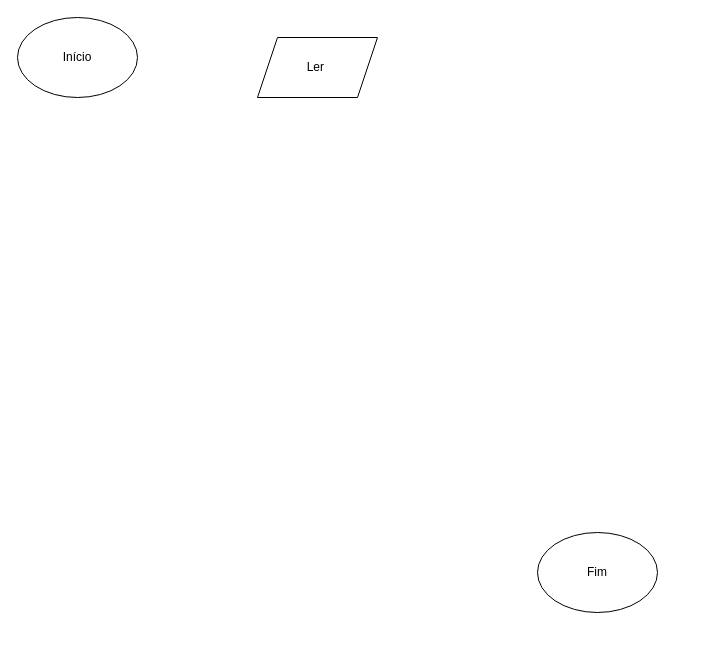
Above: Fluxo 13.drawio in Rato0101/Fluxogramas (draw.io), before the change. Source tidied: cells renumbered, new cells numbered last; positions are measured from the earlier drawing's top-left corner, leaving out a move shared by most shapes. Both pictures are drawn from the tidied source at 100%, with x=0, y=0 at pixel (17, 17).
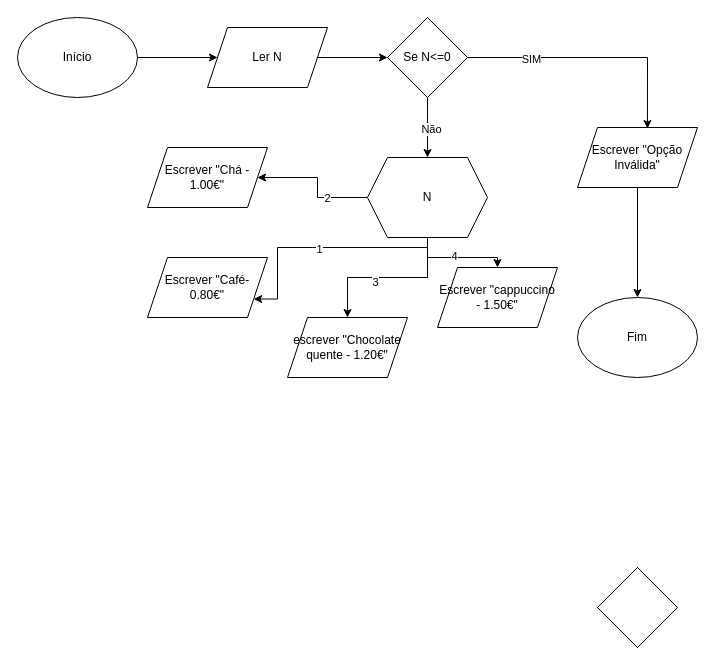
The same diagram, later.

The change refers to these unchanged cells:
```xml
<mxCell id="3" value="Início" style="ellipse;whiteSpace=wrap;html=1;shapeInside=1;" parent="1" vertex="1">
  <mxGeometry width="120" height="80" as="geometry" />
</mxCell>
```

Change to the diagram source:
```diff
@@
     <mxCell id="2" value="Fim" style="ellipse;whiteSpace=wrap;html=1;shapeInside=1;" parent="1" vertex="1">
-      <mxGeometry x="520" y="515" width="120" height="80" as="geometry" />
+      <mxGeometry x="560" y="280" width="120" height="80" as="geometry" />
     </mxCell>
+    <mxCell id="5" style="edgeStyle=orthogonalEdgeStyle;rounded=0;jettySize=auto;html=1;" parent="1" edge="1" source="3" target="4">
+      <mxGeometry relative="1" as="geometry" />
+    </mxCell>
@@
+    <mxCell id="6" style="edgeStyle=orthogonalEdgeStyle;rounded=0;jettySize=auto;html=1;" parent="1" edge="1" source="4" target="19">
+      <mxGeometry relative="1" as="geometry" />
+    </mxCell>
-    <mxCell id="4" value="Ler&amp;nbsp;" style="shape=parallelogram;perimeter=parallelogramPerimeter;whiteSpace=wrap;html=1;shapeInside=1;fixedSize=1;" parent="1" vertex="1">
-      <mxGeometry x="240" y="20" width="120" height="60" as="geometry" />
+    <mxCell id="4" value="Ler N" style="shape=parallelogram;perimeter=parallelogramPerimeter;whiteSpace=wrap;html=1;shapeInside=1;fixedSize=1;" parent="1" vertex="1">
+      <mxGeometry x="190" y="10" width="120" height="60" as="geometry" />
     </mxCell>
+    <mxCell id="7" value="Escrever &quot;cappuccino - 1.50€&quot;" style="shape=parallelogram;perimeter=parallelogramPerimeter;whiteSpace=wrap;html=1;shapeInside=1;fixedSize=1;" parent="1" vertex="1">
+      <mxGeometry x="420" y="250" width="120" height="60" as="geometry" />
+    </mxCell>
+    <mxCell id="8" value="escrever &quot;Chocolate quente - 1.20€&quot;" style="shape=parallelogram;perimeter=parallelogramPerimeter;whiteSpace=wrap;html=1;shapeInside=1;fixedSize=1;" parent="1" vertex="1">
+      <mxGeometry x="270" y="300" width="120" height="60" as="geometry" />
+    </mxCell>
+    <mxCell id="9" value="Escrever &quot;Chá - 1.00€&quot;" style="shape=parallelogram;perimeter=parallelogramPerimeter;whiteSpace=wrap;html=1;shapeInside=1;fixedSize=1;" parent="1" vertex="1">
+      <mxGeometry x="130" y="130" width="120" height="60" as="geometry" />
+    </mxCell>
+    <mxCell id="10" value="Escrever &quot;Café- 0.80€&quot;" style="shape=parallelogram;perimeter=parallelogramPerimeter;whiteSpace=wrap;html=1;shapeInside=1;fixedSize=1;" parent="1" vertex="1">
+      <mxGeometry x="130" y="240" width="120" height="60" as="geometry" />
+    </mxCell>
+    <mxCell id="11" style="edgeStyle=orthogonalEdgeStyle;rounded=0;orthogonalLoop=1;jettySize=auto;html=1;innerLoopWaypoints=1;exitX=0.5;exitY=1;exitDx=0;exitDy=0;" parent="1" edge="1" source="10" target="10">
+      <mxGeometry relative="1" as="geometry" />
+    </mxCell>
+    <mxCell id="12" style="rhombus;whiteSpace=wrap;html=1;shapeInside=1;" parent="1" vertex="1">
+      <mxGeometry x="580" y="550" width="80" height="80" as="geometry" />
+    </mxCell>
+    <mxCell id="13" style="rhombus;whiteSpace=wrap;html=1;shapeInside=1;" parent="1" vertex="1">
+      <mxGeometry x="580" y="550" width="80" height="80" as="geometry" />
+    </mxCell>
+    <mxCell id="14" style="rhombus;whiteSpace=wrap;html=1;shapeInside=1;" parent="1" vertex="1">
+      <mxGeometry x="580" y="550" width="80" height="80" as="geometry" />
+    </mxCell>
+    <mxCell id="15" style="edgeStyle=orthogonalEdgeStyle;rounded=0;jettySize=auto;html=1;entryX=0.583;entryY=0.017;entryDx=0;entryDy=0;entryPerimeter=0;" parent="1" edge="1" source="19" target="30">
+      <mxGeometry relative="1" as="geometry" />
+    </mxCell>
+    <mxCell id="16" value="SIM" style="edgeLabel;html=1;align=center;verticalAlign=middle;" parent="15" vertex="1">
+      <mxGeometry x="-0.5" y="-1" relative="1" as="geometry" />
+    </mxCell>
+    <mxCell id="17" style="edgeStyle=orthogonalEdgeStyle;rounded=0;jettySize=auto;html=1;" parent="1" edge="1" source="19" target="28">
+      <mxGeometry relative="1" as="geometry" />
+    </mxCell>
+    <mxCell id="18" value="Não" style="edgeLabel;html=1;align=center;verticalAlign=middle;" parent="17" vertex="1">
+      <mxGeometry x="0.03" y="3" relative="1" as="geometry" />
+    </mxCell>
+    <mxCell id="19" value="Se N&amp;lt;=0" style="rhombus;whiteSpace=wrap;html=1;shapeInside=1;" parent="1" vertex="1">
+      <mxGeometry x="370" width="80" height="80" as="geometry" />
+    </mxCell>
+    <mxCell id="20" style="edgeStyle=orthogonalEdgeStyle;rounded=0;jettySize=auto;html=1;entryX=0.5;entryY=0;entryDx=0;entryDy=0;" parent="1" edge="1" source="28" target="7">
+      <mxGeometry relative="1" as="geometry" />
+    </mxCell>
+    <mxCell id="21" value="4" style="edgeLabel;html=1;align=center;verticalAlign=middle;" parent="20" vertex="1">
+      <mxGeometry x="-0.08" y="2" relative="1" as="geometry" />
+    </mxCell>
+    <mxCell id="22" style="edgeStyle=orthogonalEdgeStyle;rounded=0;jettySize=auto;html=1;" parent="1" edge="1" source="28" target="8">
+      <mxGeometry relative="1" as="geometry" />
+    </mxCell>
+    <mxCell id="23" value="3" style="edgeLabel;html=1;align=center;verticalAlign=middle;" parent="22" vertex="1">
+      <mxGeometry x="0.16" y="4" relative="1" as="geometry" />
+    </mxCell>
+    <mxCell id="24" style="edgeStyle=orthogonalEdgeStyle;rounded=0;jettySize=auto;html=1;" parent="1" edge="1" source="28" target="9">
+      <mxGeometry relative="1" as="geometry" />
+    </mxCell>
+    <mxCell id="25" value="2" style="edgeLabel;html=1;align=center;verticalAlign=middle;" parent="24" vertex="1">
+      <mxGeometry x="-0.37" relative="1" as="geometry" />
+    </mxCell>
+    <mxCell id="26" style="edgeStyle=orthogonalEdgeStyle;rounded=0;jettySize=auto;html=1;entryX=1;entryY=0.75;entryDx=0;entryDy=0;" parent="1" edge="1" source="28" target="10">
+      <mxGeometry relative="1" as="geometry">
+        <Array as="points">
+          <mxPoint x="410" y="230" />
+          <mxPoint x="260" y="230" />
+          <mxPoint x="260" y="281.5" />
+        </Array>
+      </mxGeometry>
+    </mxCell>
+    <mxCell id="27" value="1" style="edgeLabel;html=1;align=center;verticalAlign=middle;" parent="26" vertex="1">
+      <mxGeometry x="0.01" y="1" relative="1" as="geometry" />
+    </mxCell>
+    <mxCell id="28" value="&lt;div&gt;N&lt;/div&gt;" style="shape=hexagon;perimeter=hexagonPerimeter2;whiteSpace=wrap;html=1;shapeInside=1;fixedSize=1;" parent="1" vertex="1">
+      <mxGeometry x="350" y="140" width="120" height="80" as="geometry" />
+    </mxCell>
+    <mxCell id="29" style="edgeStyle=orthogonalEdgeStyle;rounded=0;jettySize=auto;html=1;" parent="1" edge="1" source="30" target="2">
+      <mxGeometry relative="1" as="geometry" />
+    </mxCell>
+    <mxCell id="30" value="Escrever &quot;Opção Inválida&quot;" style="shape=parallelogram;perimeter=parallelogramPerimeter;whiteSpace=wrap;html=1;shapeInside=1;fixedSize=1;" parent="1" vertex="1">
+      <mxGeometry x="560" y="110" width="120" height="60" as="geometry" />
+    </mxCell>
```
